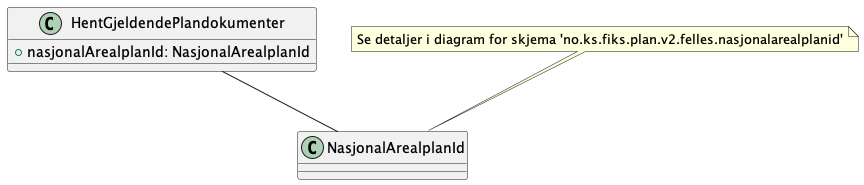
Before: Dokumentasjon/V2/ClassDiagrams/no.ks.fiks.plan.v2.innsyn.gjeldendeplandokumenter.hent/gjeldendeplandokumenter-hent.png, a diagram exported from PlantUML (ks-no/fiks-plan-specification). Its diagram source:
```plantuml
@startuml

class HentGjeldendePlandokumenter {
    +nasjonalArealplanId: NasjonalArealplanId
}

HentGjeldendePlandokumenter -- NasjonalArealplanId

note top of NasjonalArealplanId : Se detaljer i diagram for skjema 'no.ks.fiks.plan.v2.felles.nasjonalarealplanid'

@enduml
```
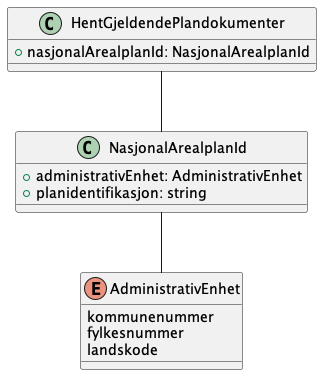
The same file after the commit.

What changed in the source:
```diff
@@ -1,4 +1,5 @@
 @startuml
+!include ./../no.ks.fiks.plan.v2.felles.nasjonalarealplanid/nasjonalarealplanid.pu
 
 class HentGjeldendePlandokumenter {
     +nasjonalArealplanId: NasjonalArealplanId
@@ -6,6 +7,4 @@
 
 HentGjeldendePlandokumenter -- NasjonalArealplanId
 
-note top of NasjonalArealplanId : Se detaljer i diagram for skjema 'no.ks.fiks.plan.v2.felles.nasjonalarealplanid'
-
 @enduml
```
